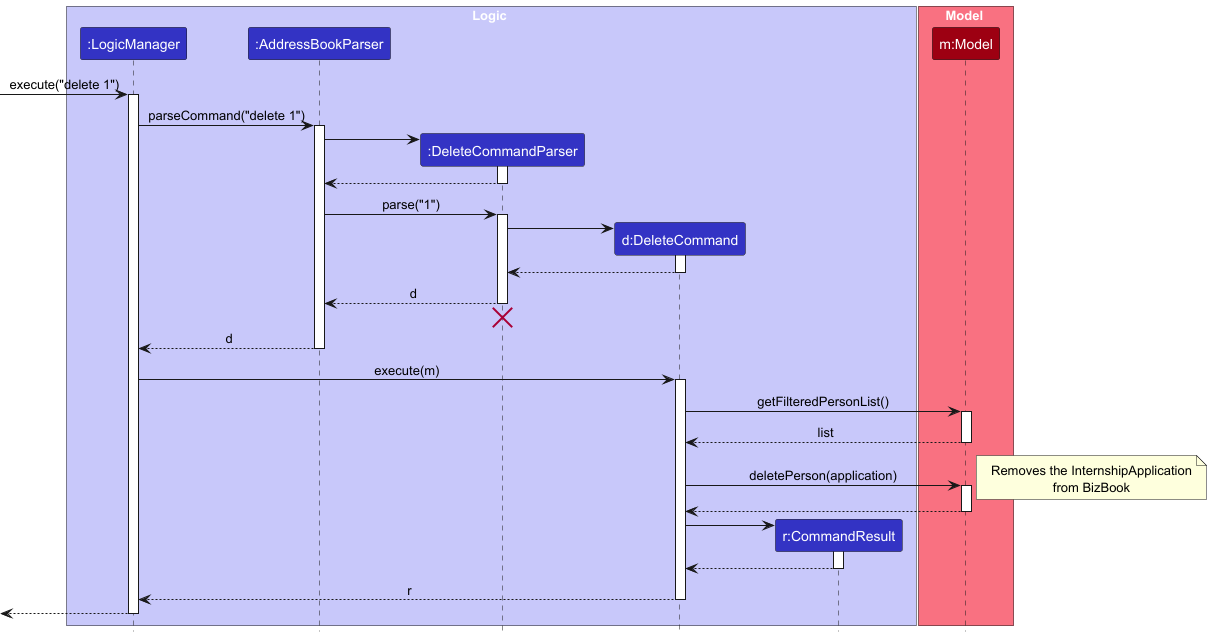
BiggillyBoyMan/tp keeps this PlantUML diagram as docs/images/DeleteSequenceDiagram.png. Above is the earlier version.
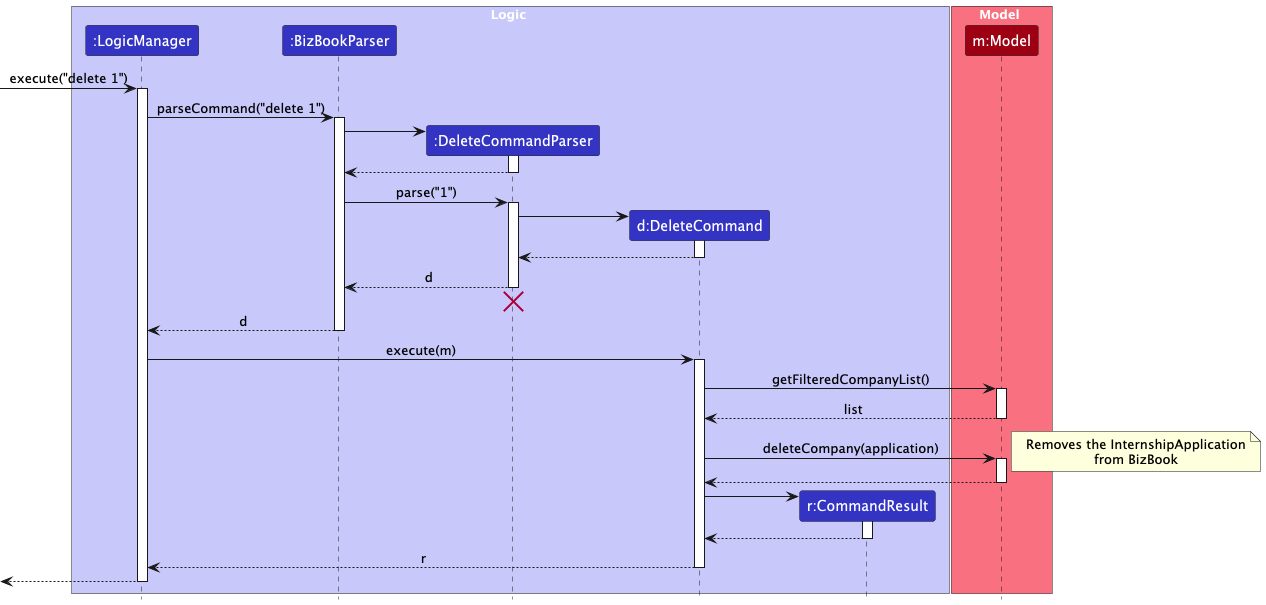
The same diagram one commit later.

Diff of the diagram source:
```diff
@@ -4,7 +4,7 @@
 
 box Logic LOGIC_COLOR_T1
 participant ":LogicManager" as LogicManager LOGIC_COLOR
-participant ":AddressBookParser" as AddressBookParser LOGIC_COLOR
+participant ":BizBookParser" as BizBookParser LOGIC_COLOR
 participant ":DeleteCommandParser" as DeleteCommandParser LOGIC_COLOR
 participant "d:DeleteCommand" as DeleteCommand LOGIC_COLOR
 participant "r:CommandResult" as CommandResult LOGIC_COLOR
@@ -17,17 +17,17 @@
 [-> LogicManager : execute("delete 1")
 activate LogicManager
 
-LogicManager -> AddressBookParser : parseCommand("delete 1")
-activate AddressBookParser
+LogicManager -> BizBookParser : parseCommand("delete 1")
+activate BizBookParser
 
 create DeleteCommandParser
-AddressBookParser -> DeleteCommandParser
+BizBookParser -> DeleteCommandParser
 activate DeleteCommandParser
 
-DeleteCommandParser --> AddressBookParser
+DeleteCommandParser --> BizBookParser
 deactivate DeleteCommandParser
 
-AddressBookParser -> DeleteCommandParser : parse("1")
+BizBookParser -> DeleteCommandParser : parse("1")
 activate DeleteCommandParser
 
 create DeleteCommand
@@ -37,23 +37,23 @@
 DeleteCommand --> DeleteCommandParser :
 deactivate DeleteCommand
 
-DeleteCommandParser --> AddressBookParser : d
+DeleteCommandParser --> BizBookParser : d
 deactivate DeleteCommandParser
-DeleteCommandParser -[hidden]-> AddressBookParser
+DeleteCommandParser -[hidden]-> BizBookParser
 destroy DeleteCommandParser
 
-AddressBookParser --> LogicManager : d
-deactivate AddressBookParser
+BizBookParser --> LogicManager : d
+deactivate BizBookParser
 
 LogicManager -> DeleteCommand : execute(m)
 activate DeleteCommand
 
-DeleteCommand -> Model : getFilteredPersonList()
+DeleteCommand -> Model : getFilteredCompanyList()
 activate Model
 Model --> DeleteCommand : list
 deactivate Model
 
-DeleteCommand -> Model : deletePerson(application)
+DeleteCommand -> Model : deleteCompany(application)
 activate Model
 note right
   Removes the InternshipApplication
```
